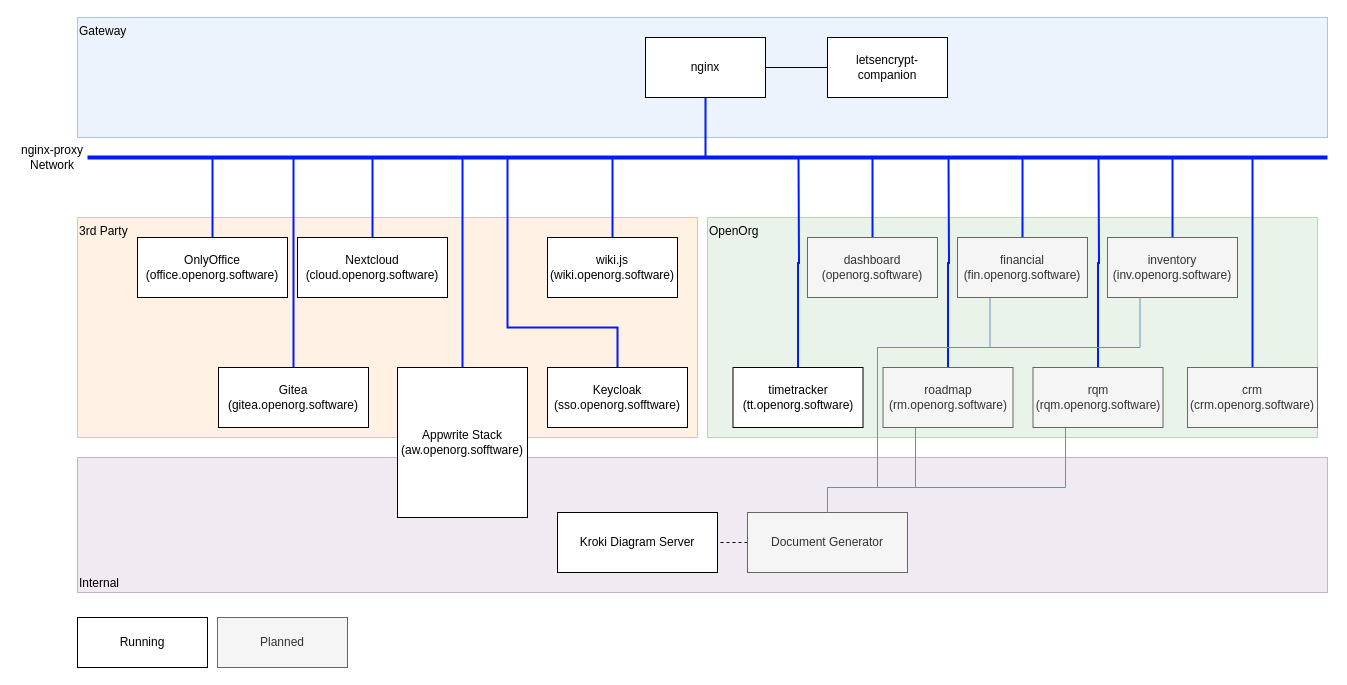
The draw.io diagram .drawings/overview.drawio in openorg-software/openorg-docker-compose, before the edit. Source tidied: cells renumbered, new cells numbered last; positions are measured from the earlier drawing's top-left corner, leaving out a move shared by most shapes. Both pictures are drawn from the tidied source at 100%, with x=0, y=0 at pixel (17, 17).
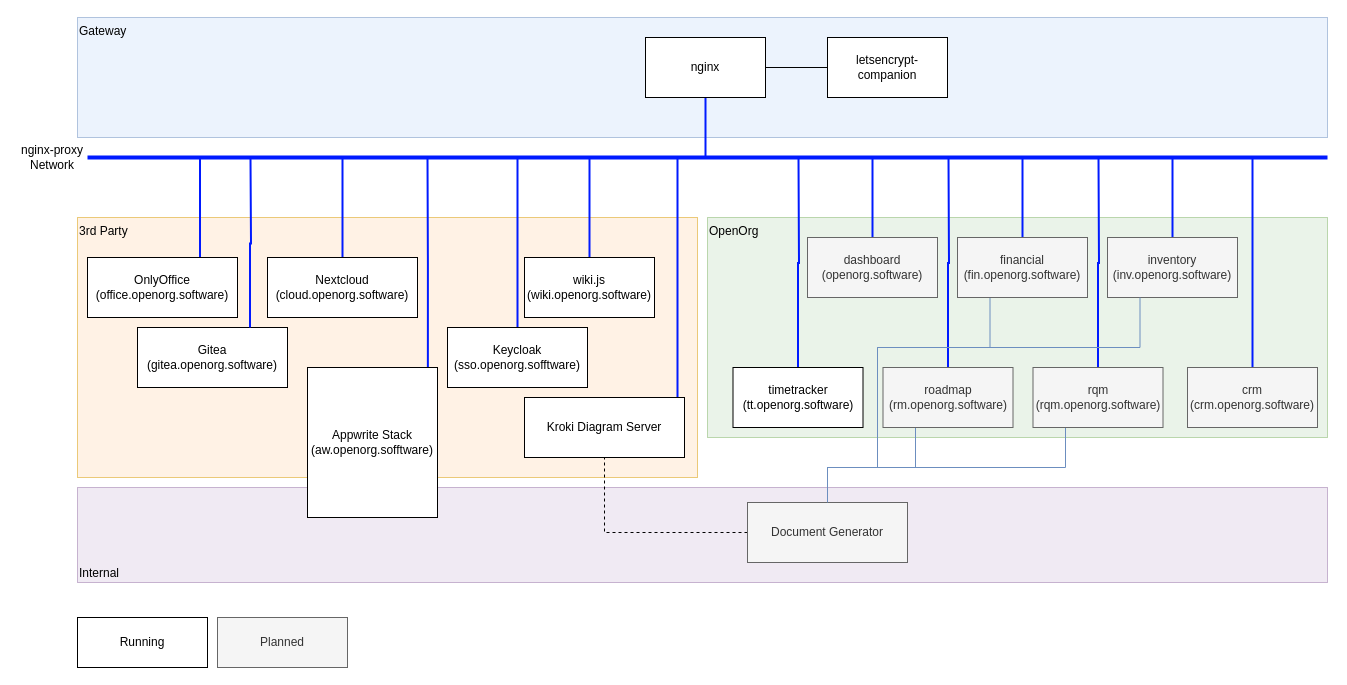
After the change.

The change refers to these unchanged cells:
```xml
<mxCell id="19" value="roadmap&lt;br&gt;(rm.openorg.software)" style="rounded=0;whiteSpace=wrap;html=1;fillColor=#f5f5f5;strokeColor=#666666;fontColor=#333333;" parent="1" vertex="1">
  <mxGeometry x="865.5" y="350" width="130" height="60" as="geometry" />
</mxCell>
<mxCell id="22" value="rqm&lt;br&gt;(rqm.openorg.software)" style="rounded=0;whiteSpace=wrap;html=1;fillColor=#f5f5f5;strokeColor=#666666;fontColor=#333333;" parent="1" vertex="1">
  <mxGeometry x="1015.5" y="350" width="130" height="60" as="geometry" />
</mxCell>
<mxCell id="31" value="financial&lt;br&gt;(fin.openorg.software)" style="rounded=0;whiteSpace=wrap;html=1;fillColor=#f5f5f5;strokeColor=#666666;fontColor=#333333;" parent="1" vertex="1">
  <mxGeometry x="940" y="220" width="130" height="60" as="geometry" />
</mxCell>
<mxCell id="33" value="inventory&lt;br&gt;(inv.openorg.software)" style="rounded=0;whiteSpace=wrap;html=1;fillColor=#f5f5f5;strokeColor=#666666;fontColor=#333333;" parent="1" vertex="1">
  <mxGeometry x="1090" y="220" width="130" height="60" as="geometry" />
</mxCell>
```

Change to the diagram source:
```diff
@@
     <mxCell id="2" value="Internal" style="rounded=0;whiteSpace=wrap;html=1;align=left;verticalAlign=bottom;opacity=50;fillColor=#e1d5e7;strokeColor=#9673a6;" parent="1" vertex="1">
-      <mxGeometry x="60" y="440" width="1250" height="135" as="geometry" />
+      <mxGeometry x="60" y="470" width="1250" height="95" as="geometry" />
     </mxCell>
@@
     <mxCell id="4" value="OpenOrg" style="rounded=0;whiteSpace=wrap;html=1;align=left;verticalAlign=top;opacity=50;fillColor=#d5e8d4;strokeColor=#82b366;" parent="1" vertex="1">
-      <mxGeometry x="690" y="200" width="610" height="220" as="geometry" />
+      <mxGeometry x="690" y="200" width="620" height="220" as="geometry" />
     </mxCell>
     <mxCell id="5" value="3rd Party" style="rounded=0;whiteSpace=wrap;html=1;align=left;verticalAlign=top;opacity=50;fillColor=#ffe6cc;strokeColor=#d79b00;" parent="1" vertex="1">
-      <mxGeometry x="60" y="200" width="620" height="220" as="geometry" />
+      <mxGeometry x="60" y="200" width="620" height="260" as="geometry" />
     </mxCell>
-    <mxCell id="6" style="edgeStyle=orthogonalEdgeStyle;rounded=0;jettySize=auto;html=1;exitX=0.5;exitY=0;exitDx=0;exitDy=0;endArrow=none;endFill=0;strokeColor=#001AFF;strokeWidth=2;" parent="1" edge="1" source="7">
+    <mxCell id="6" style="edgeStyle=orthogonalEdgeStyle;rounded=0;jettySize=auto;html=1;exitX=0.926;exitY=-0.004;exitDx=0;exitDy=0;endArrow=none;endFill=0;strokeColor=#001AFF;strokeWidth=2;exitPerimeter=0;" parent="1" edge="1" source="7">
       <mxGeometry relative="1" as="geometry">
-        <mxPoint x="445" y="140" as="targetPoint" />
+        <mxPoint x="410" y="140" as="targetPoint" />
       </mxGeometry>
     </mxCell>
     <mxCell id="7" value="Appwrite Stack&lt;br&gt;(aw.openorg.sofftware)" style="rounded=0;whiteSpace=wrap;html=1;" parent="1" vertex="1">
-      <mxGeometry x="380" y="350" width="130" height="150" as="geometry" />
+      <mxGeometry x="290" y="350" width="130" height="150" as="geometry" />
     </mxCell>
@@
     <mxCell id="14" style="edgeStyle=orthogonalEdgeStyle;rounded=0;jettySize=auto;html=1;exitX=0.5;exitY=0;exitDx=0;exitDy=0;endArrow=none;endFill=0;strokeColor=#001AFF;strokeWidth=2;" parent="1" edge="1" source="15">
       <mxGeometry relative="1" as="geometry">
-        <mxPoint x="490" y="140" as="targetPoint" />
+        <mxPoint x="500" y="140" as="targetPoint" />
         <Array as="points">
-          <mxPoint x="600" y="310" />
-          <mxPoint x="490" y="310" />
+          <mxPoint x="500" y="160" />
         </Array>
       </mxGeometry>
     </mxCell>
     <mxCell id="15" value="Keycloak&lt;br&gt;(sso.openorg.sofftware)" style="rounded=0;whiteSpace=wrap;html=1;" parent="1" vertex="1">
-      <mxGeometry x="530" y="350" width="140" height="60" as="geometry" />
+      <mxGeometry x="430" y="310" width="140" height="60" as="geometry" />
     </mxCell>
+    <mxCell id="47" style="edgeStyle=orthogonalEdgeStyle;rounded=0;orthogonalLoop=1;jettySize=auto;html=1;strokeColor=#001AFF;endArrow=none;endFill=0;strokeWidth=2;" parent="1" edge="1">
+      <mxGeometry relative="1" as="geometry">
+        <mxPoint x="660" y="430" as="sourcePoint" />
+        <mxPoint x="660" y="140" as="targetPoint" />
+      </mxGeometry>
+    </mxCell>
     <mxCell id="16" value="Kroki Diagram Server" style="rounded=0;whiteSpace=wrap;html=1;" parent="1" vertex="1">
-      <mxGeometry x="540" y="495" width="160" height="60" as="geometry" />
+      <mxGeometry x="507" y="380" width="160" height="60" as="geometry" />
     </mxCell>
     <mxCell id="17" style="edgeStyle=orthogonalEdgeStyle;rounded=0;jettySize=auto;html=1;exitX=0.25;exitY=1;exitDx=0;exitDy=0;entryX=0.5;entryY=0;entryDx=0;entryDy=0;endArrow=none;endFill=0;fillColor=#dae8fc;strokeColor=#6c8ebf;" parent="1" edge="1" source="19" target="35">
       <mxGeometry relative="1" as="geometry">
         <Array as="points">
-          <mxPoint x="898" y="470" />
-          <mxPoint x="810" y="470" />
+          <mxPoint x="898" y="450" />
+          <mxPoint x="810" y="450" />
         </Array>
       </mxGeometry>
     </mxCell>
@@
     <mxCell id="20" style="edgeStyle=orthogonalEdgeStyle;rounded=0;jettySize=auto;html=1;exitX=0.25;exitY=1;exitDx=0;exitDy=0;entryX=0.5;entryY=0;entryDx=0;entryDy=0;endArrow=none;endFill=0;fillColor=#dae8fc;strokeColor=#6c8ebf;" parent="1" edge="1" source="22" target="35">
       <mxGeometry relative="1" as="geometry">
         <Array as="points">
-          <mxPoint x="1048" y="470" />
-          <mxPoint x="810" y="470" />
+          <mxPoint x="1048" y="450" />
+          <mxPoint x="810" y="450" />
         </Array>
       </mxGeometry>
     </mxCell>
@@
     <mxCell id="29" style="edgeStyle=orthogonalEdgeStyle;rounded=0;jettySize=auto;html=1;exitX=0.25;exitY=1;exitDx=0;exitDy=0;endArrow=none;endFill=0;fillColor=#dae8fc;strokeColor=#6c8ebf;entryX=0.5;entryY=0;entryDx=0;entryDy=0;" parent="1" edge="1" source="31" target="35">
       <mxGeometry relative="1" as="geometry">
         <Array as="points">
           <mxPoint x="972" y="330" />
           <mxPoint x="860" y="330" />
-          <mxPoint x="860" y="470" />
-          <mxPoint x="810" y="470" />
+          <mxPoint x="860" y="450" />
+          <mxPoint x="810" y="450" />
         </Array>
       </mxGeometry>
     </mxCell>
@@
-    <mxCell id="34" style="edgeStyle=orthogonalEdgeStyle;rounded=0;jettySize=auto;html=1;exitX=0;exitY=0.5;exitDx=0;exitDy=0;entryX=1;entryY=0.5;entryDx=0;entryDy=0;endArrow=none;endFill=0;dashed=1;" parent="1" edge="1" source="35" target="16">
+    <mxCell id="34" style="edgeStyle=orthogonalEdgeStyle;rounded=0;jettySize=auto;html=1;exitX=0;exitY=0.5;exitDx=0;exitDy=0;entryX=0.5;entryY=1;entryDx=0;entryDy=0;endArrow=none;endFill=0;dashed=1;" parent="1" edge="1" source="35" target="16">
       <mxGeometry relative="1" as="geometry" />
     </mxCell>
     <mxCell id="35" value="Document Generator" style="rounded=0;whiteSpace=wrap;html=1;fillColor=#f5f5f5;strokeColor=#666666;fontColor=#333333;" parent="1" vertex="1">
-      <mxGeometry x="730" y="495" width="160" height="60" as="geometry" />
+      <mxGeometry x="730" y="485" width="160" height="60" as="geometry" />
     </mxCell>
     <mxCell id="36" style="edgeStyle=orthogonalEdgeStyle;rounded=0;jettySize=auto;html=1;exitX=0.5;exitY=0;exitDx=0;exitDy=0;endArrow=none;endFill=0;strokeColor=#001AFF;strokeWidth=2;" parent="1" edge="1" source="37">
       <mxGeometry relative="1" as="geometry">
-        <mxPoint x="595" y="140" as="targetPoint" />
+        <mxPoint x="572" y="140" as="targetPoint" />
       </mxGeometry>
     </mxCell>
     <mxCell id="37" value="wiki.js&lt;br&gt;(wiki.openorg.software)" style="rounded=0;whiteSpace=wrap;html=1;" parent="1" vertex="1">
-      <mxGeometry x="530" y="220" width="130" height="60" as="geometry" />
+      <mxGeometry x="507" y="240" width="130" height="60" as="geometry" />
     </mxCell>
     <mxCell id="38" style="edgeStyle=orthogonalEdgeStyle;rounded=0;jettySize=auto;html=1;exitX=0.25;exitY=1;exitDx=0;exitDy=0;endArrow=none;endFill=0;fillColor=#dae8fc;strokeColor=#6c8ebf;entryX=0.5;entryY=0;entryDx=0;entryDy=0;" parent="1" edge="1" source="33" target="35">
       <mxGeometry relative="1" as="geometry">
         <Array as="points">
-          <mxPoint x="1123" y="330" />
+          <mxPoint x="1122" y="330" />
           <mxPoint x="860" y="330" />
-          <mxPoint x="860" y="470" />
-          <mxPoint x="810" y="470" />
+          <mxPoint x="860" y="450" />
+          <mxPoint x="810" y="450" />
         </Array>
       </mxGeometry>
     </mxCell>
@@
     <mxCell id="40" value="Nextcloud&lt;br&gt;(cloud.openorg.software)" style="rounded=0;whiteSpace=wrap;html=1;" parent="1" vertex="1">
-      <mxGeometry x="280" y="220" width="150" height="60" as="geometry" />
+      <mxGeometry x="250" y="240" width="150" height="60" as="geometry" />
     </mxCell>
-    <mxCell id="41" style="edgeStyle=orthogonalEdgeStyle;rounded=0;jettySize=auto;html=1;exitX=0.5;exitY=0;exitDx=0;exitDy=0;endArrow=none;endFill=0;strokeColor=#001AFF;strokeWidth=2;" parent="1" edge="1" source="42">
+    <mxCell id="41" style="edgeStyle=orthogonalEdgeStyle;rounded=0;jettySize=auto;html=1;exitX=0.75;exitY=0;exitDx=0;exitDy=0;endArrow=none;endFill=0;strokeColor=#001AFF;strokeWidth=2;" parent="1" edge="1" source="42">
       <mxGeometry relative="1" as="geometry">
         <mxPoint x="195" y="140" as="targetPoint" />
+        <Array as="points">
+          <mxPoint x="183" y="140" />
+        </Array>
       </mxGeometry>
     </mxCell>
     <mxCell id="42" value="OnlyOffice&lt;br&gt;(office.openorg.software)" style="rounded=0;whiteSpace=wrap;html=1;" parent="1" vertex="1">
-      <mxGeometry x="120" y="220" width="150" height="60" as="geometry" />
+      <mxGeometry x="70" y="240" width="150" height="60" as="geometry" />
     </mxCell>
@@
     <mxCell id="45" value="Gitea&lt;br&gt;(gitea.openorg.software)" style="rounded=0;whiteSpace=wrap;html=1;" parent="1" vertex="1">
-      <mxGeometry x="201" y="350" width="150" height="60" as="geometry" />
+      <mxGeometry x="120" y="310" width="150" height="60" as="geometry" />
     </mxCell>
-    <mxCell id="46" style="edgeStyle=orthogonalEdgeStyle;rounded=0;jettySize=auto;html=1;exitX=0.5;exitY=0;exitDx=0;exitDy=0;endArrow=none;endFill=0;strokeColor=#001AFF;strokeWidth=2;" parent="1" edge="1" source="45">
+    <mxCell id="46" style="edgeStyle=orthogonalEdgeStyle;rounded=0;jettySize=auto;html=1;exitX=0.75;exitY=0;exitDx=0;exitDy=0;endArrow=none;endFill=0;strokeColor=#001AFF;strokeWidth=2;" parent="1" edge="1" source="45">
       <mxGeometry relative="1" as="geometry">
-        <mxPoint x="276" y="141" as="targetPoint" />
+        <mxPoint x="233" y="141" as="targetPoint" />
       </mxGeometry>
     </mxCell>
```
